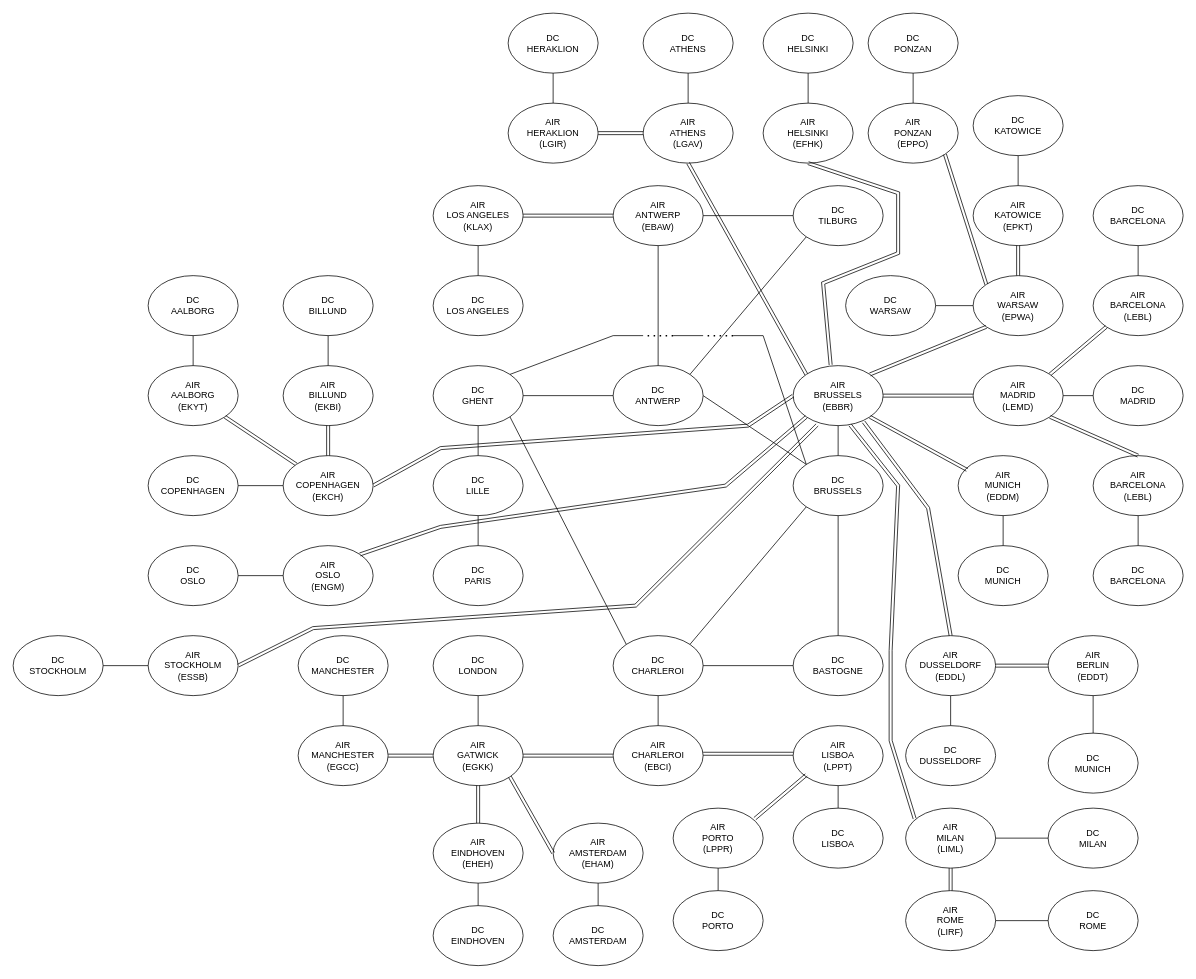
Above: app/Services/Router/docs/PE_router_infrastructure.drawio in GillesVanPellicom/PE2-laravel (draw.io), before the change. Source tidied: cells renumbered, new cells numbered last; positions are measured from the earlier drawing's top-left corner, leaving out a move shared by most shapes. Both pictures are drawn from the tidied source at 75%, with x=0, y=0 at pixel (13, 13).
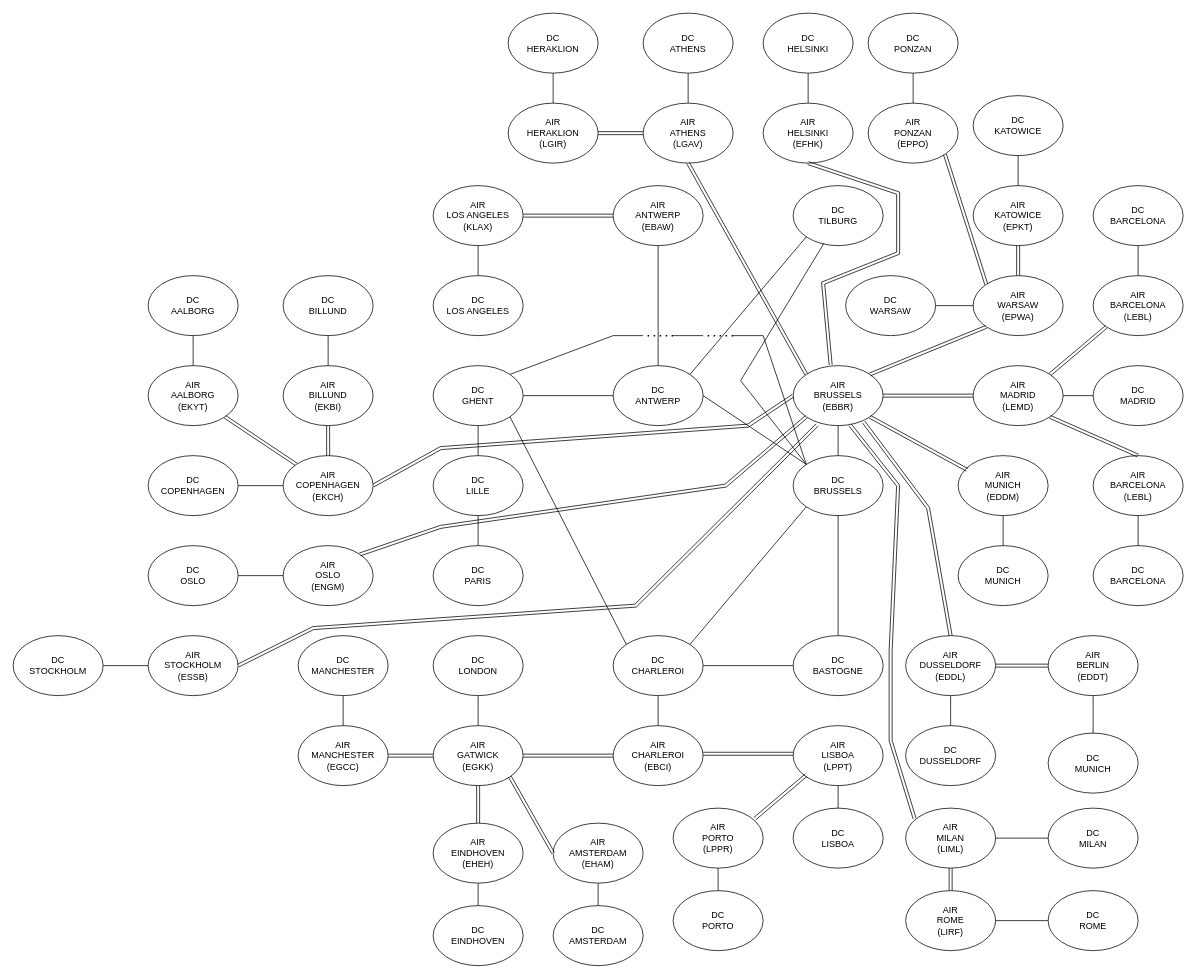
The same page after the edit.

The change refers to these unchanged cells:
```xml
<mxCell id="2" value="AIR&lt;div&gt;ANTWERP&lt;/div&gt;&lt;div&gt;(EBAW)&lt;/div&gt;" style="ellipse;whiteSpace=wrap;html=1;" parent="1" vertex="1">
  <mxGeometry x="800" y="230" width="120" height="80" as="geometry" />
</mxCell>
<mxCell id="9" value="DC&lt;div&gt;TILBURG&lt;/div&gt;" style="ellipse;whiteSpace=wrap;html=1;" parent="1" vertex="1">
  <mxGeometry x="1040" y="230" width="120" height="80" as="geometry" />
</mxCell>
<mxCell id="10" value="DC&lt;div&gt;BRUSSELS&lt;/div&gt;" style="ellipse;whiteSpace=wrap;html=1;" parent="1" vertex="1">
  <mxGeometry x="1040" y="590" width="120" height="80" as="geometry" />
</mxCell>
```

Change to the diagram source:
```diff
@@
-    <mxCell id="18" style="endArrow=none;html=1;rounded=0;exitX=1;exitY=0.5;exitDx=0;exitDy=0;entryX=0;entryY=0.5;entryDx=0;entryDy=0;" parent="1" edge="1" source="2" target="9">
-      <mxGeometry relative="1" as="geometry" />
-    </mxCell>
@@
+    <mxCell id="137" style="endArrow=none;html=1;rounded=0;fontSize=12;startSize=8;endSize=8;curved=1;entryX=0;entryY=0;entryDx=0;entryDy=0;" parent="1" edge="1" target="10">
+      <mxGeometry relative="1" as="geometry">
+        <mxPoint x="970" y="490" as="sourcePoint" />
+      </mxGeometry>
+    </mxCell>
+    <mxCell id="138" style="endArrow=none;html=1;rounded=0;fontSize=12;startSize=8;endSize=8;curved=1;entryX=0.342;entryY=0.963;entryDx=0;entryDy=0;entryPerimeter=0;" parent="1" edge="1" target="9">
+      <mxGeometry relative="1" as="geometry">
+        <mxPoint x="970" y="490" as="sourcePoint" />
+      </mxGeometry>
+    </mxCell>
```
